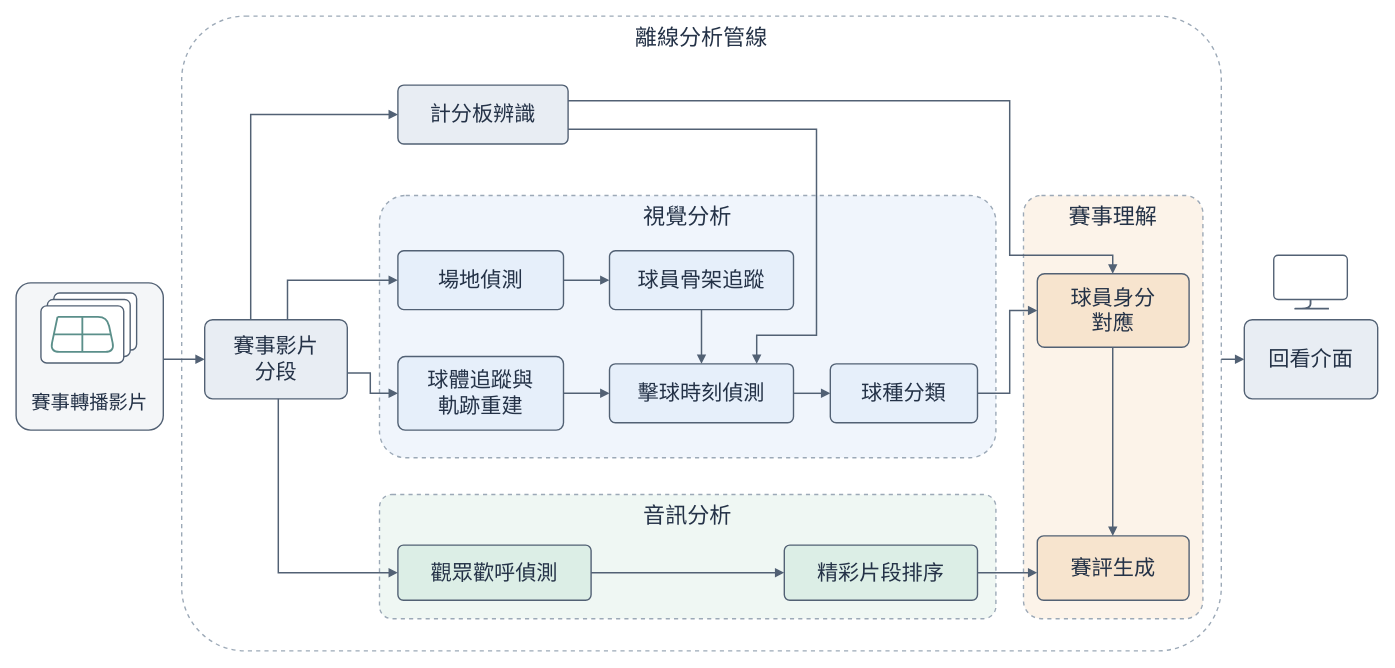
Before: docs/figures/report/system-architecture.drawio in 2026bmtproject/badminton-analysis-system, a draw.io diagram. Source tidied: cells renumbered, new cells numbered last; positions are measured from the earlier drawing's top-left corner, leaving out a move shared by most shapes. Both pictures are drawn from the tidied source at 92%, with x=0, y=0 at pixel (16, 16).
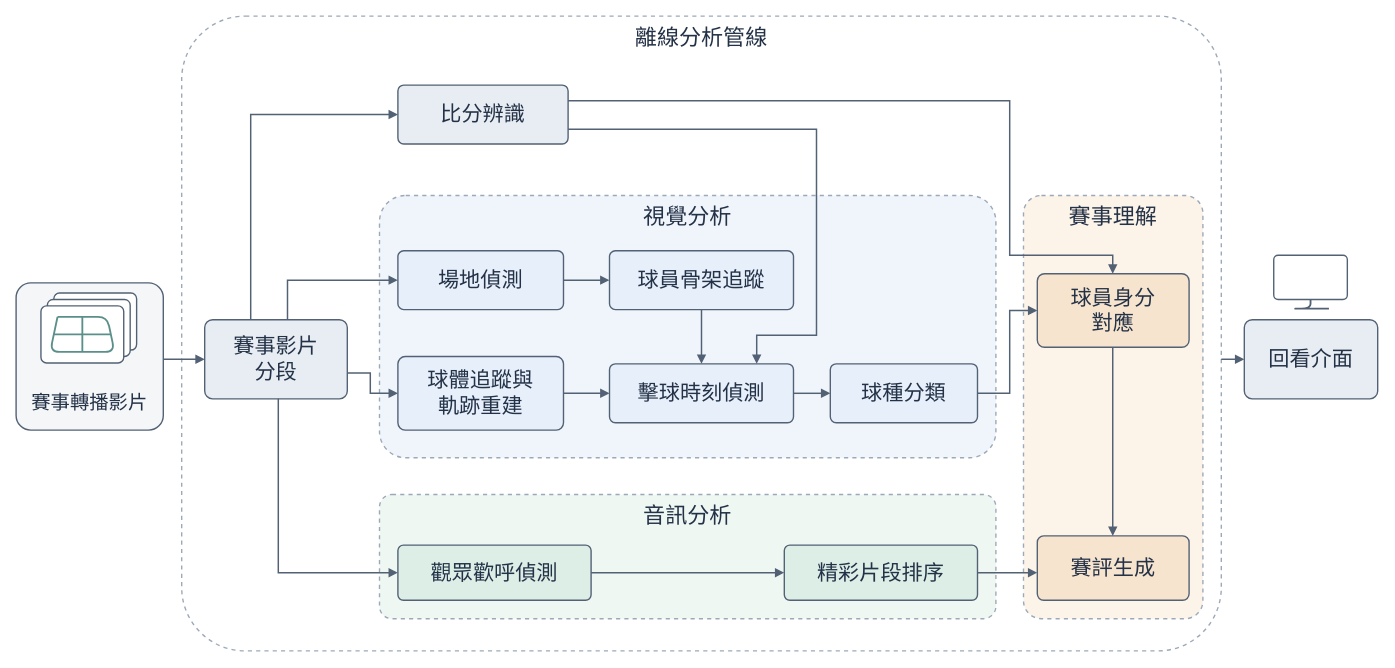
Above is the later version.

Commit message (it also covers changes not shown here):
docs(report): rewrite introduction and add system overview figure

What changed in the source:
```diff
@@
-    <mxCell id="21" value="計分板辨識" style="text;html=0;whiteSpace=wrap;align=center;verticalAlign=middle;fontFamily=Arial Unicode MS;fontSize=23;fontColor=#243247;fontStyle=0;" parent="1" vertex="1">
+    <mxCell id="21" value="比分辨識" style="text;html=0;whiteSpace=wrap;align=center;verticalAlign=middle;fontFamily=Arial Unicode MS;fontSize=23;fontColor=#243247;fontStyle=0;" parent="1" vertex="1">
       <mxGeometry x="415" y="75" width="185" height="64" as="geometry" />
     </mxCell>
```
